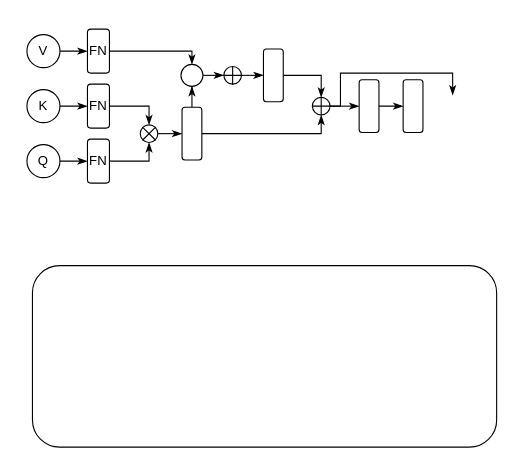
Above: DrawIO_file/流程图/差异特征提取.drawio in DingDongZz/typera_PicGO (draw.io), before the change. Source tidied: cells renumbered, new cells numbered last; positions are measured from the earlier drawing's top-left corner, leaving out a move shared by most shapes. Both pictures are drawn from the tidied source at 110%, with x=0, y=0 at pixel (26, 29).
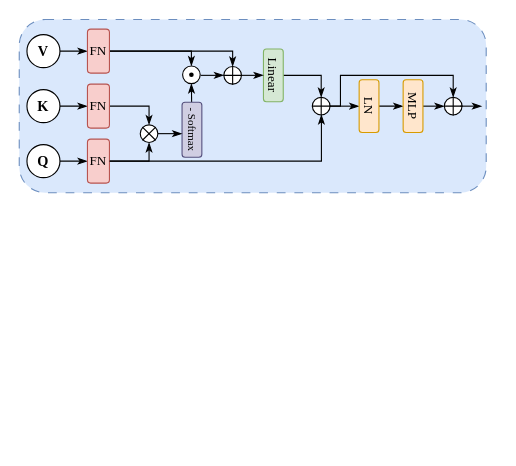
After the change.

Commit message (it also covers changes not shown here):
更新差异特征提取.drawio

The edit, as a diff of the source:
```diff
@@
-    <mxCell id="2" style="rounded=1;whiteSpace=wrap;html=1;fillColor=none;" parent="1" vertex="1">
-      <mxGeometry x="5" y="215" width="422" height="165" as="geometry" />
+    <mxCell id="2" style="rounded=1;whiteSpace=wrap;html=1;fillColor=#dae8fc;fontFamily=Times New Roman;strokeColor=#6c8ebf;dashed=1;dashPattern=8 8;" parent="1" vertex="1">
+      <mxGeometry x="-7" y="-8.8" width="424.5" height="157.5" as="geometry" />
     </mxCell>
-    <mxCell id="3" style="edgeStyle=orthogonalEdgeStyle;rounded=0;jettySize=auto;html=1;entryX=0;entryY=0.5;entryDx=0;entryDy=0;endArrow=classicThin;endFill=1;" parent="1" edge="1" source="4" target="10">
+    <mxCell id="3" style="edgeStyle=orthogonalEdgeStyle;rounded=0;jettySize=auto;html=1;entryX=0;entryY=0.5;entryDx=0;entryDy=0;endArrow=classicThin;endFill=1;fontFamily=Times New Roman;" parent="1" edge="1" source="4" target="10">
       <mxGeometry relative="1" as="geometry" />
     </mxCell>
-    <mxCell id="4" value="V" style="ellipse;whiteSpace=wrap;html=1;" parent="1" vertex="1">
+    <mxCell id="4" value="V" style="ellipse;whiteSpace=wrap;html=1;fontFamily=Times New Roman;fontStyle=1;fontSize=13;" parent="1" vertex="1">
       <mxGeometry y="5" width="30" height="30" as="geometry" />
     </mxCell>
-    <mxCell id="5" style="edgeStyle=orthogonalEdgeStyle;shape=connector;rounded=0;jettySize=auto;html=1;entryX=0;entryY=0.5;entryDx=0;entryDy=0;strokeColor=default;align=center;verticalAlign=middle;fontFamily=Helvetica;fontSize=11;fontColor=default;labelBackgroundColor=default;endArrow=classicThin;endFill=1;" parent="1" edge="1" source="6" target="12">
+    <mxCell id="5" style="edgeStyle=orthogonalEdgeStyle;shape=connector;rounded=0;jettySize=auto;html=1;entryX=0;entryY=0.5;entryDx=0;entryDy=0;strokeColor=default;align=center;verticalAlign=middle;fontFamily=Times New Roman;fontSize=11;fontColor=default;labelBackgroundColor=default;endArrow=classicThin;endFill=1;" parent="1" edge="1" source="6" target="12">
       <mxGeometry relative="1" as="geometry" />
     </mxCell>
-    <mxCell id="6" value="K" style="ellipse;whiteSpace=wrap;html=1;" parent="1" vertex="1">
+    <mxCell id="6" value="K" style="ellipse;whiteSpace=wrap;html=1;fontFamily=Times New Roman;fontStyle=1;fontSize=13;" parent="1" vertex="1">
       <mxGeometry y="55" width="30" height="30" as="geometry" />
     </mxCell>
-    <mxCell id="7" style="edgeStyle=orthogonalEdgeStyle;shape=connector;rounded=0;jettySize=auto;html=1;entryX=0;entryY=0.5;entryDx=0;entryDy=0;strokeColor=default;align=center;verticalAlign=middle;fontFamily=Helvetica;fontSize=11;fontColor=default;labelBackgroundColor=default;endArrow=classicThin;endFill=1;" parent="1" edge="1" source="8" target="14">
+    <mxCell id="7" style="edgeStyle=orthogonalEdgeStyle;shape=connector;rounded=0;jettySize=auto;html=1;entryX=0;entryY=0.5;entryDx=0;entryDy=0;strokeColor=default;align=center;verticalAlign=middle;fontFamily=Times New Roman;fontSize=11;fontColor=default;labelBackgroundColor=default;endArrow=classicThin;endFill=1;" parent="1" edge="1" source="8" target="14">
       <mxGeometry relative="1" as="geometry" />
     </mxCell>
-    <mxCell id="8" value="Q" style="ellipse;whiteSpace=wrap;html=1;" parent="1" vertex="1">
+    <mxCell id="8" value="Q" style="ellipse;whiteSpace=wrap;html=1;fontFamily=Times New Roman;fontStyle=1;fontSize=13;" parent="1" vertex="1">
       <mxGeometry y="105" width="30" height="30" as="geometry" />
     </mxCell>
-    <mxCell id="9" style="edgeStyle=orthogonalEdgeStyle;shape=connector;rounded=0;jettySize=auto;html=1;entryX=0.5;entryY=0;entryDx=0;entryDy=0;strokeColor=default;align=center;verticalAlign=middle;fontFamily=Helvetica;fontSize=11;fontColor=default;labelBackgroundColor=default;endArrow=classicThin;endFill=1;" parent="1" edge="1" source="10" target="20">
-      <mxGeometry relative="1" as="geometry">
-        <Array as="points">
-          <mxPoint x="150" y="20" />
-        </Array>
-      </mxGeometry>
-    </mxCell>
+    <mxCell id="37" style="edgeStyle=orthogonalEdgeStyle;shape=connector;rounded=0;jettySize=auto;html=1;entryX=0.5;entryY=0;entryDx=0;entryDy=0;strokeColor=default;align=center;verticalAlign=middle;fontFamily=Helvetica;fontSize=11;fontColor=default;labelBackgroundColor=default;endArrow=classicThin;endFill=1;" parent="1" edge="1" source="10" target="33">
+      <mxGeometry relative="1" as="geometry">
+        <Array as="points">
+          <mxPoint x="187" y="20" />
+        </Array>
+      </mxGeometry>
+    </mxCell>
+    <mxCell id="38" style="edgeStyle=orthogonalEdgeStyle;shape=connector;rounded=0;jettySize=auto;html=1;entryX=0.5;entryY=0;entryDx=0;entryDy=0;strokeColor=default;align=center;verticalAlign=middle;fontFamily=Helvetica;fontSize=11;fontColor=default;labelBackgroundColor=default;endArrow=classicThin;endFill=1;" parent="1" edge="1" source="10" target="49">
+      <mxGeometry relative="1" as="geometry">
+        <Array as="points">
+          <mxPoint x="149" y="20" />
+        </Array>
+      </mxGeometry>
+    </mxCell>
-    <mxCell id="10" value="FN" style="rounded=1;whiteSpace=wrap;html=1;" parent="1" vertex="1">
+    <mxCell id="10" value="FN" style="rounded=1;whiteSpace=wrap;html=1;fontFamily=Times New Roman;fillColor=#f8cecc;strokeColor=#b85450;" parent="1" vertex="1">
       <mxGeometry x="55" width="20" height="40" as="geometry" />
     </mxCell>
-    <mxCell id="11" style="edgeStyle=orthogonalEdgeStyle;shape=connector;rounded=0;jettySize=auto;html=1;entryX=0.5;entryY=0;entryDx=0;entryDy=0;strokeColor=default;align=center;verticalAlign=middle;fontFamily=Helvetica;fontSize=11;fontColor=default;labelBackgroundColor=default;endArrow=classicThin;endFill=1;" parent="1" edge="1" source="12" target="30">
+    <mxCell id="11" style="edgeStyle=orthogonalEdgeStyle;shape=connector;rounded=0;jettySize=auto;html=1;entryX=0.5;entryY=0;entryDx=0;entryDy=0;strokeColor=default;align=center;verticalAlign=middle;fontFamily=Times New Roman;fontSize=11;fontColor=default;labelBackgroundColor=default;endArrow=classicThin;endFill=1;" parent="1" edge="1" source="12" target="30">
       <mxGeometry relative="1" as="geometry">
         <Array as="points">
           <mxPoint x="111" y="70" />
         </Array>
       </mxGeometry>
     </mxCell>
-    <mxCell id="12" value="FN" style="rounded=1;whiteSpace=wrap;html=1;" parent="1" vertex="1">
+    <mxCell id="12" value="FN" style="rounded=1;whiteSpace=wrap;html=1;fontFamily=Times New Roman;fillColor=#f8cecc;strokeColor=#b85450;" parent="1" vertex="1">
       <mxGeometry x="55" y="50" width="20" height="40" as="geometry" />
     </mxCell>
-    <mxCell id="13" style="edgeStyle=orthogonalEdgeStyle;shape=connector;rounded=0;jettySize=auto;html=1;entryX=0.5;entryY=1;entryDx=0;entryDy=0;strokeColor=default;align=center;verticalAlign=middle;fontFamily=Helvetica;fontSize=11;fontColor=default;labelBackgroundColor=default;endArrow=classicThin;endFill=1;" parent="1" edge="1" source="14" target="30">
+    <mxCell id="13" style="edgeStyle=orthogonalEdgeStyle;shape=connector;rounded=0;jettySize=auto;html=1;entryX=0.5;entryY=1;entryDx=0;entryDy=0;strokeColor=default;align=center;verticalAlign=middle;fontFamily=Times New Roman;fontSize=11;fontColor=default;labelBackgroundColor=default;endArrow=classicThin;endFill=1;" parent="1" edge="1" source="14" target="30">
       <mxGeometry relative="1" as="geometry">
         <Array as="points">
           <mxPoint x="111" y="120" />
         </Array>
       </mxGeometry>
     </mxCell>
-    <mxCell id="14" value="FN" style="rounded=1;whiteSpace=wrap;html=1;" parent="1" vertex="1">
+    <mxCell id="14" value="FN" style="rounded=1;whiteSpace=wrap;html=1;fontFamily=Times New Roman;fillColor=#f8cecc;strokeColor=#b85450;" parent="1" vertex="1">
       <mxGeometry x="55" y="100" width="20" height="40" as="geometry" />
     </mxCell>
-    <mxCell id="15" style="edgeStyle=orthogonalEdgeStyle;shape=connector;rounded=0;jettySize=auto;html=1;entryX=0;entryY=0.5;entryDx=0;entryDy=0;strokeColor=default;align=center;verticalAlign=middle;fontFamily=Helvetica;fontSize=11;fontColor=default;labelBackgroundColor=default;endArrow=classicThin;endFill=1;exitX=1;exitY=0.5;exitDx=0;exitDy=0;" parent="1" edge="1" source="30" target="18">
-      <mxGeometry relative="1" as="geometry" />
-    </mxCell>
-    <mxCell id="16" style="edgeStyle=orthogonalEdgeStyle;shape=connector;rounded=0;jettySize=auto;html=1;entryX=0.5;entryY=1;entryDx=0;entryDy=0;strokeColor=default;align=center;verticalAlign=middle;fontFamily=Helvetica;fontSize=11;fontColor=default;labelBackgroundColor=default;endArrow=classicThin;endFill=1;" parent="1" edge="1" source="18" target="20">
-      <mxGeometry relative="1" as="geometry" />
-    </mxCell>
-    <mxCell id="17" style="edgeStyle=orthogonalEdgeStyle;shape=connector;rounded=0;jettySize=auto;html=1;entryX=0.5;entryY=1;entryDx=0;entryDy=0;strokeColor=default;align=center;verticalAlign=middle;fontFamily=Helvetica;fontSize=11;fontColor=default;labelBackgroundColor=default;endArrow=classicThin;endFill=1;" parent="1" edge="1" source="18" target="35">
-      <mxGeometry relative="1" as="geometry">
-        <Array as="points">
-          <mxPoint x="267" y="95" />
-        </Array>
-      </mxGeometry>
-    </mxCell>
+    <mxCell id="39" style="shape=connector;rounded=0;jettySize=auto;html=1;entryX=0.5;entryY=1;entryDx=0;entryDy=0;strokeColor=default;align=center;verticalAlign=middle;fontFamily=Helvetica;fontSize=11;fontColor=default;labelBackgroundColor=default;endArrow=classicThin;endFill=1;" parent="1" edge="1" source="18" target="49">
+      <mxGeometry relative="1" as="geometry" />
+    </mxCell>
-    <mxCell id="18" style="rounded=1;whiteSpace=wrap;html=1;" parent="1" vertex="1">
-      <mxGeometry x="141" y="71" width="18" height="48" as="geometry" />
+    <mxCell id="18" value="- Softmax" style="rounded=1;whiteSpace=wrap;html=1;horizontal=0;flipV=0;flipH=0;rotation=-180;fontFamily=Times New Roman;fillColor=#d0cee2;strokeColor=#56517e;spacingTop=-2;fontSize=10;" parent="1" vertex="1">
+      <mxGeometry x="141" y="66.5" width="18" height="50" as="geometry" />
     </mxCell>
-    <mxCell id="19" style="shape=connector;rounded=0;jettySize=auto;html=1;entryX=0;entryY=0.5;entryDx=0;entryDy=0;strokeColor=default;align=center;verticalAlign=middle;fontFamily=Helvetica;fontSize=11;fontColor=default;labelBackgroundColor=default;endArrow=classicThin;endFill=1;exitX=1;exitY=0.5;exitDx=0;exitDy=0;" parent="1" edge="1" target="33">
+    <mxCell id="19" style="shape=connector;rounded=0;jettySize=auto;html=1;entryX=0;entryY=0.5;entryDx=0;entryDy=0;strokeColor=default;align=center;verticalAlign=middle;fontFamily=Times New Roman;fontSize=11;fontColor=default;labelBackgroundColor=default;endArrow=classicThin;endFill=1;exitX=1;exitY=0.5;exitDx=0;exitDy=0;" parent="1" edge="1" target="33">
       <mxGeometry relative="1" as="geometry">
-        <mxPoint x="159" y="42" as="sourcePoint" />
+        <mxPoint x="158" y="42" as="sourcePoint" />
       </mxGeometry>
     </mxCell>
-    <mxCell id="20" style="ellipse;whiteSpace=wrap;html=1;" parent="1" vertex="1">
-      <mxGeometry x="140" y="32" width="20" height="20" as="geometry" />
-    </mxCell>
-    <mxCell id="21" style="shape=connector;rounded=0;jettySize=auto;html=1;entryX=0;entryY=0.5;entryDx=0;entryDy=0;strokeColor=default;align=center;verticalAlign=middle;fontFamily=Helvetica;fontSize=11;fontColor=default;labelBackgroundColor=default;endArrow=classicThin;endFill=1;exitX=1;exitY=0.5;exitDx=0;exitDy=0;" parent="1" edge="1" source="33" target="23">
-      <mxGeometry relative="1" as="geometry" />
-    </mxCell>
-    <mxCell id="22" style="edgeStyle=orthogonalEdgeStyle;shape=connector;rounded=0;jettySize=auto;html=1;entryX=0.5;entryY=0;entryDx=0;entryDy=0;strokeColor=default;align=center;verticalAlign=middle;fontFamily=Helvetica;fontSize=11;fontColor=default;labelBackgroundColor=default;endArrow=classicThin;endFill=1;" parent="1" edge="1" source="23" target="35">
+    <mxCell id="22" style="edgeStyle=orthogonalEdgeStyle;shape=connector;rounded=0;jettySize=auto;html=1;entryX=0.5;entryY=0;entryDx=0;entryDy=0;strokeColor=default;align=center;verticalAlign=middle;fontFamily=Times New Roman;fontSize=11;fontColor=default;labelBackgroundColor=default;endArrow=classicThin;endFill=1;" parent="1" edge="1" source="23" target="35">
       <mxGeometry relative="1" as="geometry" />
     </mxCell>
-    <mxCell id="23" style="rounded=1;whiteSpace=wrap;html=1;" parent="1" vertex="1">
+    <mxCell id="23" value="Linear" style="rounded=1;whiteSpace=wrap;html=1;horizontal=0;rotation=-180;fontFamily=Times New Roman;fillColor=#d5e8d4;strokeColor=#82b366;" parent="1" vertex="1">
       <mxGeometry x="215" y="18" width="18" height="48" as="geometry" />
     </mxCell>
-    <mxCell id="24" style="edgeStyle=orthogonalEdgeStyle;shape=connector;rounded=0;jettySize=auto;html=1;entryX=0;entryY=0.5;entryDx=0;entryDy=0;strokeColor=default;align=center;verticalAlign=middle;fontFamily=Helvetica;fontSize=11;fontColor=default;labelBackgroundColor=default;endArrow=classicThin;endFill=1;" parent="1" edge="1" target="27">
+    <mxCell id="24" style="edgeStyle=orthogonalEdgeStyle;shape=connector;rounded=0;jettySize=auto;html=1;entryX=1;entryY=0.5;entryDx=0;entryDy=0;strokeColor=default;align=center;verticalAlign=middle;fontFamily=Times New Roman;fontSize=11;fontColor=default;labelBackgroundColor=default;endArrow=classicThin;endFill=1;" parent="1" edge="1" target="27">
       <mxGeometry relative="1" as="geometry">
         <mxPoint x="275" y="70" as="sourcePoint" />
       </mxGeometry>
     </mxCell>
-    <mxCell id="25" style="edgeStyle=orthogonalEdgeStyle;shape=connector;rounded=0;orthogonalLoop=1;jettySize=auto;html=1;entryX=0.5;entryY=0;entryDx=0;entryDy=0;strokeColor=default;align=center;verticalAlign=middle;fontFamily=Helvetica;fontSize=11;fontColor=default;labelBackgroundColor=default;endArrow=classicThin;endFill=1;" parent="1" edge="1">
-      <mxGeometry relative="1" as="geometry">
-        <mxPoint x="275" y="70" as="sourcePoint" />
-        <mxPoint x="387" y="60" as="targetPoint" />
-        <Array as="points">
-          <mxPoint x="285" y="70" />
-          <mxPoint x="285" y="40" />
-          <mxPoint x="387" y="40" />
-        </Array>
-      </mxGeometry>
-    </mxCell>
-    <mxCell id="26" style="edgeStyle=orthogonalEdgeStyle;shape=connector;rounded=0;jettySize=auto;html=1;entryX=0;entryY=0.5;entryDx=0;entryDy=0;strokeColor=default;align=center;verticalAlign=middle;fontFamily=Helvetica;fontSize=11;fontColor=default;labelBackgroundColor=default;endArrow=classicThin;endFill=1;" parent="1" edge="1" source="27" target="28">
+    <mxCell id="26" style="edgeStyle=orthogonalEdgeStyle;shape=connector;rounded=0;jettySize=auto;html=1;entryX=1;entryY=0.5;entryDx=0;entryDy=0;strokeColor=default;align=center;verticalAlign=middle;fontFamily=Times New Roman;fontSize=11;fontColor=default;labelBackgroundColor=default;endArrow=classicThin;endFill=1;" parent="1" edge="1" source="27" target="28">
       <mxGeometry relative="1" as="geometry" />
     </mxCell>
-    <mxCell id="27" style="rounded=1;whiteSpace=wrap;html=1;" parent="1" vertex="1">
+    <mxCell id="27" value="LN" style="rounded=1;whiteSpace=wrap;html=1;fontFamily=Times New Roman;horizontal=0;rotation=-180;fillColor=#ffe6cc;strokeColor=#d79b00;" parent="1" vertex="1">
       <mxGeometry x="302" y="46" width="18" height="48" as="geometry" />
     </mxCell>
+    <mxCell id="40" style="edgeStyle=orthogonalEdgeStyle;shape=connector;rounded=0;orthogonalLoop=1;jettySize=auto;html=1;entryX=0;entryY=0.5;entryDx=0;entryDy=0;strokeColor=default;align=center;verticalAlign=middle;fontFamily=Times New Roman;fontSize=11;fontColor=default;labelBackgroundColor=default;endArrow=classicThin;endFill=1;" parent="1" edge="1">
+      <mxGeometry relative="1" as="geometry">
+        <mxPoint x="360" y="70" as="sourcePoint" />
+        <mxPoint x="379.5" y="70" as="targetPoint" />
+      </mxGeometry>
+    </mxCell>
-    <mxCell id="28" style="rounded=1;whiteSpace=wrap;html=1;" parent="1" vertex="1">
+    <mxCell id="28" value="MLP" style="rounded=1;whiteSpace=wrap;html=1;fontFamily=Times New Roman;horizontal=0;rotation=-180;fillColor=#ffe6cc;strokeColor=#d79b00;" parent="1" vertex="1">
       <mxGeometry x="342" y="46" width="18" height="48" as="geometry" />
     </mxCell>
-    <mxCell id="29" style="group;" parent="1" vertex="1">
+    <mxCell id="29" style="group;fontFamily=Times New Roman;" parent="1" vertex="1">
       <mxGeometry x="103" y="87" width="16" height="16" as="geometry" />
     </mxCell>
-    <mxCell id="30" style="ellipse;whiteSpace=wrap;html=1;" parent="29" vertex="1">
+    <mxCell id="30" style="ellipse;whiteSpace=wrap;html=1;fontFamily=Times New Roman;" parent="29" vertex="1">
       <mxGeometry width="16" height="16" as="geometry" />
     </mxCell>
-    <mxCell id="31" style="shape=umlDestroy;whiteSpace=wrap;html=1;strokeWidth=1;targetShapes=umlLifeline;fontFamily=Helvetica;fontSize=11;fontColor=default;labelBackgroundColor=default;" parent="29" vertex="1">
+    <mxCell id="31" style="shape=umlDestroy;whiteSpace=wrap;html=1;strokeWidth=1;targetShapes=umlLifeline;fontFamily=Times New Roman;fontSize=11;fontColor=default;labelBackgroundColor=default;" parent="29" vertex="1">
       <mxGeometry x="2" y="2" width="12" height="12" as="geometry" />
     </mxCell>
-    <mxCell id="32" style="group;" parent="1" vertex="1">
+    <mxCell id="32" style="group;fontFamily=Times New Roman;" parent="1" vertex="1">
       <mxGeometry x="178.5" y="33.5" width="17" height="17" as="geometry" />
     </mxCell>
-    <mxCell id="33" style="ellipse;whiteSpace=wrap;html=1;" parent="32" vertex="1">
+    <mxCell id="33" style="ellipse;whiteSpace=wrap;html=1;fontFamily=Times New Roman;" parent="32" vertex="1">
       <mxGeometry x="0.5" y="0.5" width="16" height="16" as="geometry" />
     </mxCell>
-    <mxCell id="34" style="shape=umlDestroy;whiteSpace=wrap;html=1;strokeWidth=1;targetShapes=umlLifeline;fontFamily=Helvetica;fontSize=11;fontColor=default;labelBackgroundColor=default;rotation=45;" parent="32" vertex="1">
-      <mxGeometry x="2.5" y="2.5" width="12" height="12" as="geometry" />
-    </mxCell>
+    <mxCell id="41" style="edgeStyle=orthogonalEdgeStyle;shape=connector;rounded=0;jettySize=auto;html=1;entryX=0.5;entryY=0;entryDx=0;entryDy=0;strokeColor=default;align=center;verticalAlign=middle;fontFamily=Times New Roman;fontSize=11;fontColor=default;labelBackgroundColor=default;endArrow=classicThin;endFill=1;" parent="1" edge="1" source="35" target="42">
+      <mxGeometry relative="1" as="geometry">
+        <Array as="points">
+          <mxPoint x="285" y="70" />
+          <mxPoint x="285" y="42" />
+          <mxPoint x="387" y="42" />
+        </Array>
+      </mxGeometry>
+    </mxCell>
-    <mxCell id="35" style="ellipse;whiteSpace=wrap;html=1;" parent="1" vertex="1">
+    <mxCell id="35" style="ellipse;whiteSpace=wrap;html=1;fontFamily=Times New Roman;" parent="1" vertex="1">
       <mxGeometry x="259.5" y="62" width="16" height="16" as="geometry" />
     </mxCell>
-    <mxCell id="36" style="shape=umlDestroy;whiteSpace=wrap;html=1;strokeWidth=1;targetShapes=umlLifeline;fontFamily=Helvetica;fontSize=11;fontColor=default;labelBackgroundColor=default;rotation=45;" parent="1" vertex="1">
+    <mxCell id="36" style="shape=umlDestroy;whiteSpace=wrap;html=1;strokeWidth=1;targetShapes=umlLifeline;fontFamily=Times New Roman;fontSize=11;fontColor=default;labelBackgroundColor=default;rotation=45;" parent="1" vertex="1">
       <mxGeometry x="261.5" y="64" width="12" height="12" as="geometry" />
     </mxCell>
+    <mxCell id="42" style="ellipse;whiteSpace=wrap;html=1;fontFamily=Times New Roman;" parent="1" vertex="1">
+      <mxGeometry x="379.5" y="62" width="16" height="16" as="geometry" />
+    </mxCell>
+    <mxCell id="43" style="shape=umlDestroy;whiteSpace=wrap;html=1;strokeWidth=1;targetShapes=umlLifeline;fontFamily=Times New Roman;fontSize=11;fontColor=default;labelBackgroundColor=default;rotation=45;" parent="1" vertex="1">
+      <mxGeometry x="381.5" y="64" width="12" height="12" as="geometry" />
+    </mxCell>
+    <mxCell id="44" style="edgeStyle=orthogonalEdgeStyle;shape=connector;rounded=0;orthogonalLoop=1;jettySize=auto;html=1;entryX=1;entryY=0.5;entryDx=0;entryDy=0;strokeColor=default;align=center;verticalAlign=middle;fontFamily=Times New Roman;fontSize=11;fontColor=default;labelBackgroundColor=default;endArrow=classicThin;endFill=1;" parent="1" edge="1">
+      <mxGeometry relative="1" as="geometry">
+        <mxPoint x="119" y="95" as="sourcePoint" />
+        <mxPoint x="141" y="95" as="targetPoint" />
+      </mxGeometry>
+    </mxCell>
+    <mxCell id="45" style="edgeStyle=orthogonalEdgeStyle;shape=connector;rounded=0;jettySize=auto;html=1;entryX=1;entryY=0.5;entryDx=0;entryDy=0;strokeColor=default;align=center;verticalAlign=middle;fontFamily=Times New Roman;fontSize=11;fontColor=default;labelBackgroundColor=default;endArrow=classicThin;endFill=1;" parent="1" edge="1" target="23">
+      <mxGeometry relative="1" as="geometry">
+        <mxPoint x="195.5" y="42" as="sourcePoint" />
+      </mxGeometry>
+    </mxCell>
+    <mxCell id="46" style="edgeStyle=orthogonalEdgeStyle;shape=connector;rounded=0;orthogonalLoop=1;jettySize=auto;html=1;entryX=0;entryY=0.5;entryDx=0;entryDy=0;strokeColor=default;align=center;verticalAlign=middle;fontFamily=Times New Roman;fontSize=11;fontColor=default;labelBackgroundColor=default;endArrow=classicThin;endFill=1;" parent="1" edge="1">
+      <mxGeometry relative="1" as="geometry">
+        <mxPoint x="394" y="70" as="sourcePoint" />
+        <mxPoint x="413.5" y="70" as="targetPoint" />
+      </mxGeometry>
+    </mxCell>
+    <mxCell id="47" style="edgeStyle=orthogonalEdgeStyle;shape=connector;rounded=0;jettySize=auto;html=1;entryX=0.963;entryY=0.94;entryDx=0;entryDy=0;entryPerimeter=0;strokeColor=default;align=center;verticalAlign=middle;fontFamily=Helvetica;fontSize=11;fontColor=default;labelBackgroundColor=default;endArrow=classicThin;endFill=1;" parent="1" edge="1" source="14" target="36">
+      <mxGeometry relative="1" as="geometry" />
+    </mxCell>
+    <mxCell id="48" style="group;fontFamily=Times New Roman;" parent="1" vertex="1">
+      <mxGeometry x="141" y="33" width="18.5" height="18.5" as="geometry" />
+    </mxCell>
+    <mxCell id="49" style="ellipse;whiteSpace=wrap;html=1;fontFamily=Times New Roman;" parent="48" vertex="1">
+      <mxGeometry x="0.5" y="0.5" width="16" height="16" as="geometry" />
+    </mxCell>
+    <mxCell id="50" style="shape=waypoint;sketch=0;fillStyle=solid;size=6;fillColor=none;perimeter=centerPerimeter;fontFamily=Times New Roman;fontSize=11;fontColor=default;labelBackgroundColor=default;strokeWidth=0.1;" parent="48" vertex="1">
+      <mxGeometry x="-1.5" y="-1.5" width="20" height="20" as="geometry" />
+    </mxCell>
+    <mxCell id="51" style="shape=umlDestroy;whiteSpace=wrap;html=1;strokeWidth=1;targetShapes=umlLifeline;fontFamily=Times New Roman;fontSize=11;fontColor=default;labelBackgroundColor=default;rotation=45;" parent="1" vertex="1">
+      <mxGeometry x="181" y="36" width="12" height="12" as="geometry" />
+    </mxCell>
```
